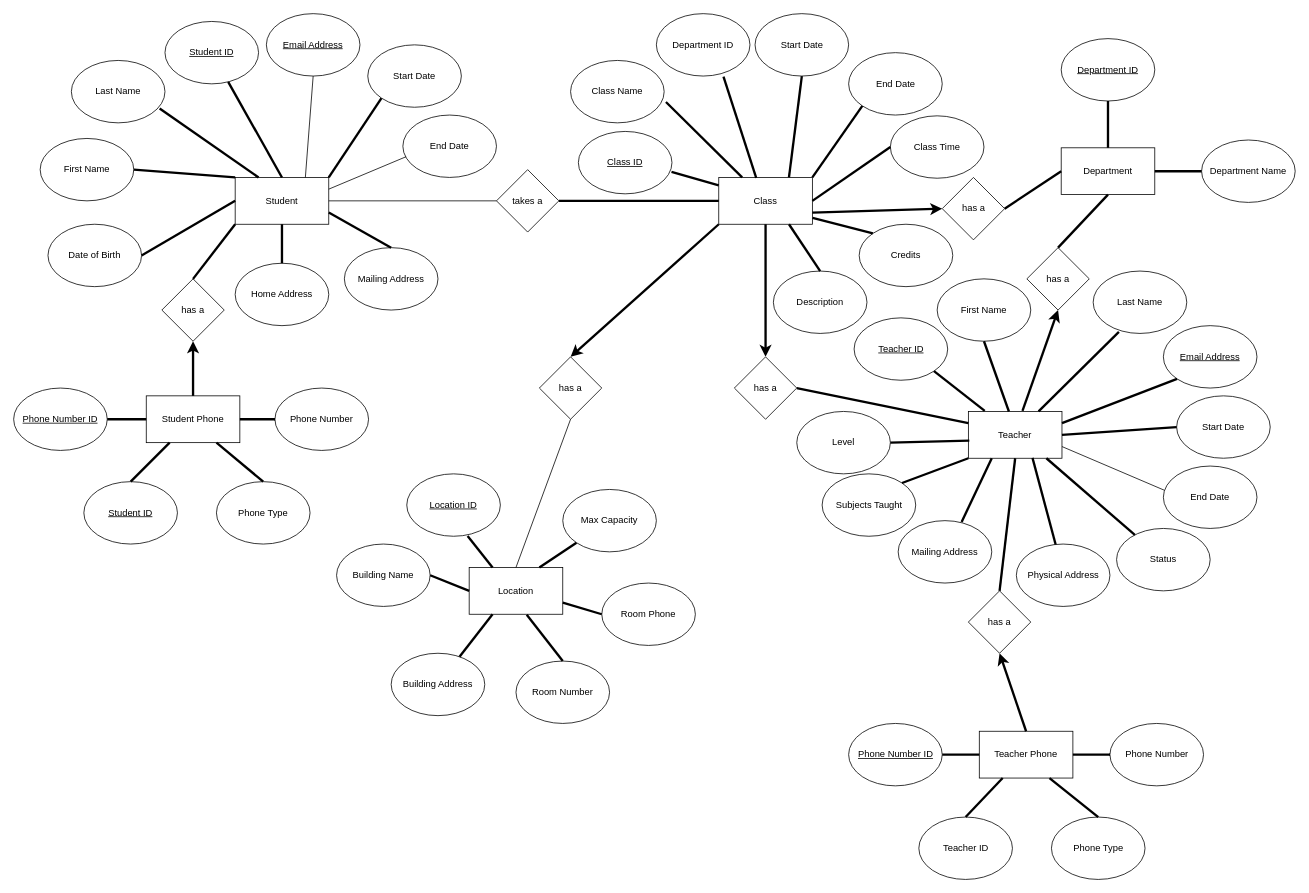
MichelleAaa/school-database keeps this draw.io diagram as school-database-diagram.drawio. Above is the earlier version. Source tidied: cells renumbered, new cells numbered last; positions are measured from the earlier drawing's top-left corner, leaving out a move shared by most shapes. Both pictures are drawn from the tidied source at 78%, with x=0, y=0 at pixel (13, 13).
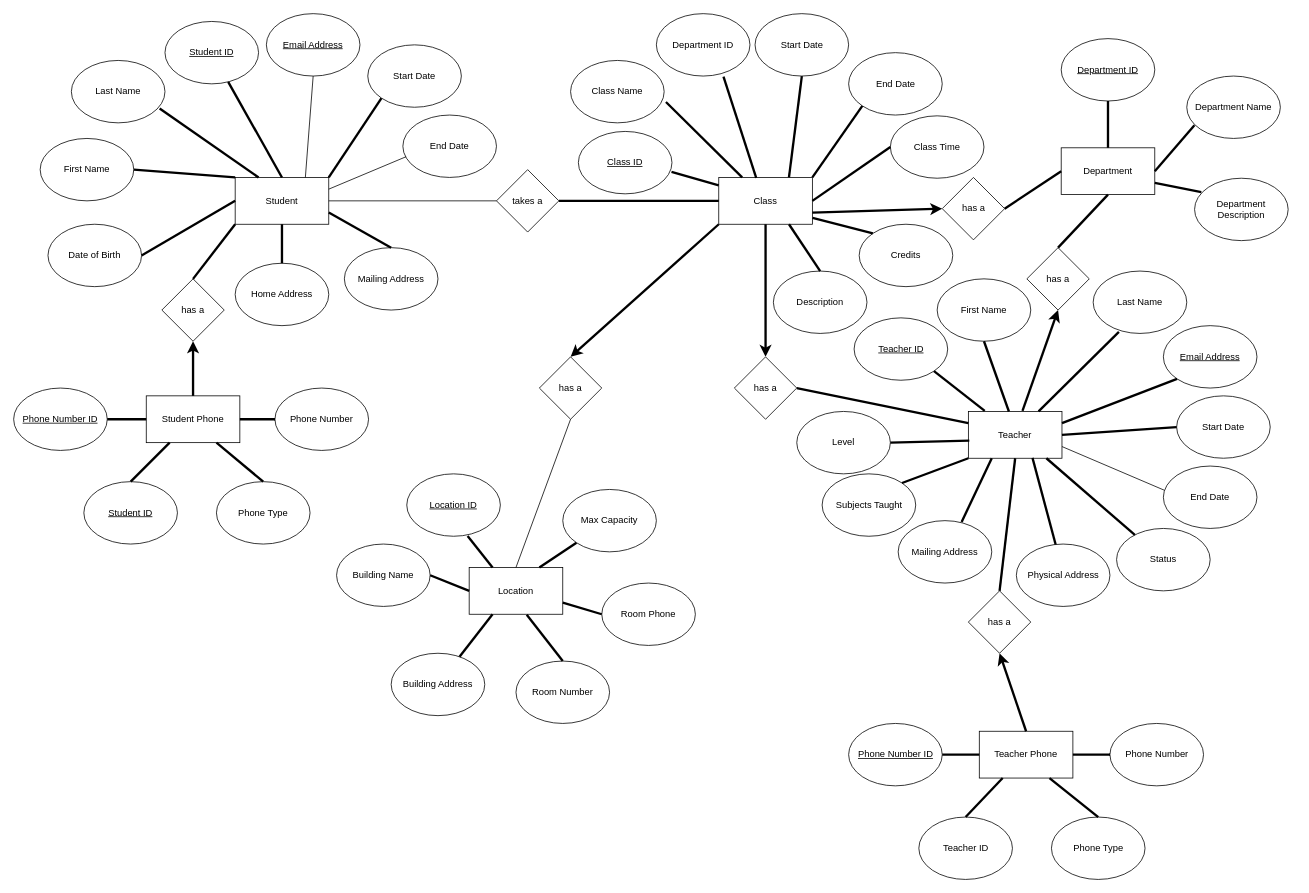
The same diagram, later.

Unchanged cells that the change refers to:
```xml
<mxCell id="109" value="Department" style="rounded=0;whiteSpace=wrap;html=1;" parent="1" vertex="1">
  <mxGeometry x="1343" y="172" width="120" height="60" as="geometry" />
</mxCell>
```

What changed in the source:
```diff
@@
     <mxCell id="111" value="Department Name" style="ellipse;whiteSpace=wrap;html=1;" parent="1" vertex="1">
-      <mxGeometry x="1523" y="162" width="120" height="80" as="geometry" />
+      <mxGeometry x="1504" y="80" width="120" height="80" as="geometry" />
     </mxCell>
-    <mxCell id="112" style="edgeStyle=none;html=1;endArrow=none;endFill=0;strokeWidth=3;exitX=1;exitY=0.5;exitDx=0;exitDy=0;entryX=0;entryY=0.5;entryDx=0;entryDy=0;" parent="1" edge="1" source="109" target="111">
+    <mxCell id="112" style="edgeStyle=none;html=1;endArrow=none;endFill=0;strokeWidth=3;exitX=1;exitY=0.5;exitDx=0;exitDy=0;entryX=0.082;entryY=0.788;entryDx=0;entryDy=0;entryPerimeter=0;" parent="1" edge="1" source="109" target="111">
       <mxGeometry relative="1" as="geometry" />
     </mxCell>
@@
+    <mxCell id="120" value="Department Description" style="ellipse;whiteSpace=wrap;html=1;" parent="1" vertex="1">
+      <mxGeometry x="1514" y="211" width="120" height="80" as="geometry" />
+    </mxCell>
+    <mxCell id="121" style="edgeStyle=none;html=1;endArrow=none;endFill=0;strokeWidth=3;exitX=1;exitY=0.75;exitDx=0;exitDy=0;entryX=0.072;entryY=0.223;entryDx=0;entryDy=0;entryPerimeter=0;" parent="1" edge="1" source="109" target="120">
+      <mxGeometry relative="1" as="geometry" />
+    </mxCell>
```
